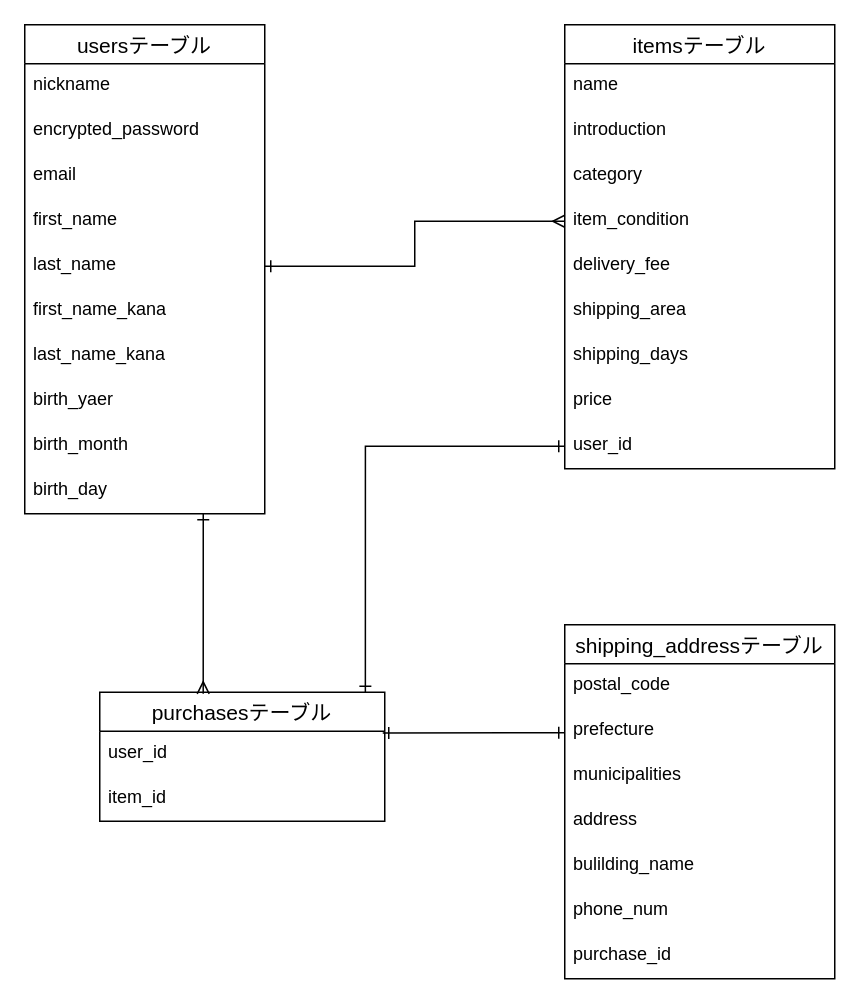
The draw.io diagram config/furima.dio in gobaru/furima-34488, before the edit. Source tidied: cells renumbered, new cells numbered last; positions are measured from the earlier drawing's top-left corner, leaving out a move shared by most shapes. Both pictures are drawn from the tidied source at 150%, with x=0, y=0 at pixel (24, 24).
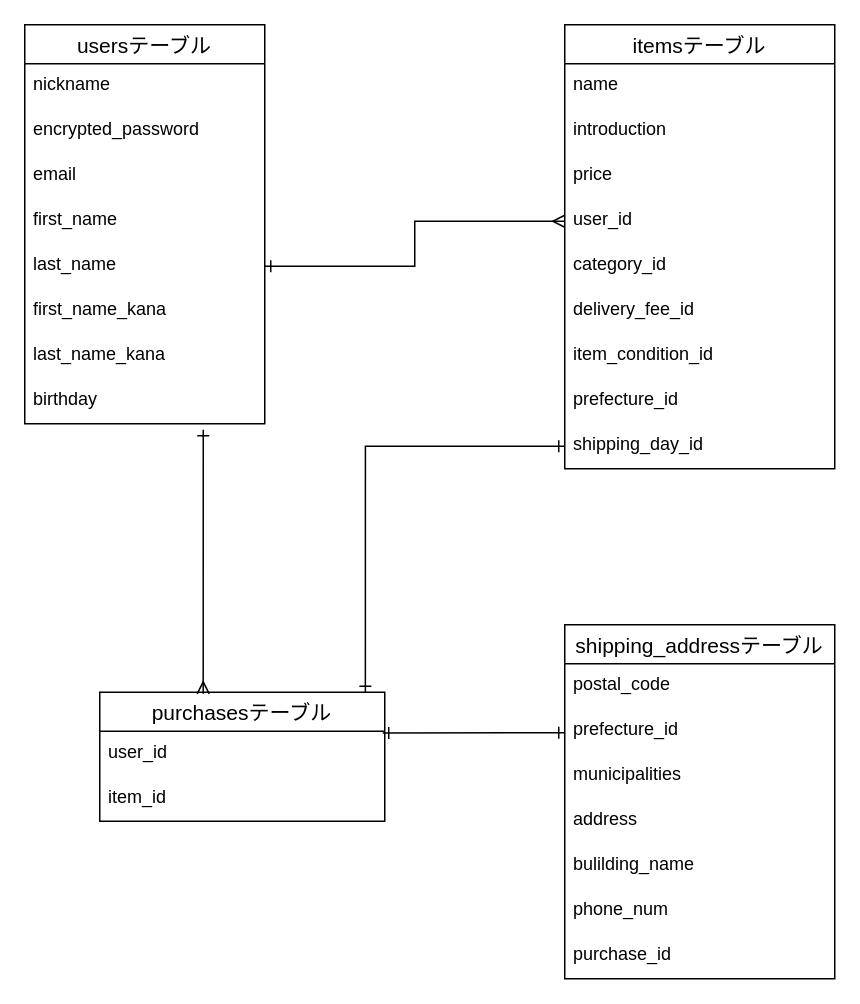
The same diagram, later.

Commit message (it also covers changes not shown here):
レビュー修正⑤

Unchanged cells that the change refers to:
```xml
<mxCell id="13" value="itemsテーブル" style="swimlane;fontStyle=0;horizontal=1;startSize=26;align=center;fontSize=14;" parent="1" vertex="1">
  <mxGeometry x="360" width="180" height="296" as="geometry" />
</mxCell>
<mxCell id="23" value="purchasesテーブル" style="swimlane;fontStyle=0;horizontal=1;startSize=26;align=center;fontSize=14;" parent="1" vertex="1">
  <mxGeometry x="50" y="445" width="190" height="86" as="geometry" />
</mxCell>
<mxCell id="27" value="shipping_addressテーブル" style="swimlane;fontStyle=0;horizontal=1;startSize=26;align=center;fontSize=14;" parent="1" vertex="1">
  <mxGeometry x="360" y="400" width="180" height="236" as="geometry" />
</mxCell>
```

What changed in the source:
```diff
@@
     <mxCell id="2" value="usersテーブル" style="swimlane;fontStyle=0;horizontal=1;startSize=26;align=center;fontSize=14;" parent="1" vertex="1">
-      <mxGeometry width="160" height="326" as="geometry" />
+      <mxGeometry width="160" height="266" as="geometry" />
     </mxCell>
@@
-    <mxCell id="10" value="birth_yaer" style="text;strokeColor=none;fillColor=none;spacingLeft=4;spacingRight=4;overflow=hidden;fontSize=12;" parent="2" vertex="1">
+    <mxCell id="10" value="birthday" style="text;strokeColor=none;fillColor=none;spacingLeft=4;spacingRight=4;overflow=hidden;fontSize=12;" parent="2" vertex="1">
       <mxGeometry y="236" width="160" height="30" as="geometry" />
     </mxCell>
-    <mxCell id="11" value="birth_month" style="text;strokeColor=none;fillColor=none;spacingLeft=4;spacingRight=4;overflow=hidden;fontSize=12;" parent="2" vertex="1">
-      <mxGeometry y="266" width="160" height="30" as="geometry" />
-    </mxCell>
-    <mxCell id="12" value="birth_day" style="text;strokeColor=none;fillColor=none;spacingLeft=4;spacingRight=4;overflow=hidden;points=[[0,0.5],[1,0.5]];portConstraint=eastwest;fontSize=12;" parent="2" vertex="1">
-      <mxGeometry y="296" width="160" height="30" as="geometry" />
-    </mxCell>
@@
-    <mxCell id="16" value="category" style="text;strokeColor=none;fillColor=none;spacingLeft=4;spacingRight=4;overflow=hidden;fontSize=12;" parent="13" vertex="1">
+    <mxCell id="16" value="price" style="text;strokeColor=none;fillColor=none;spacingLeft=4;spacingRight=4;overflow=hidden;fontSize=12;" parent="13" vertex="1">
       <mxGeometry y="86" width="180" height="30" as="geometry" />
     </mxCell>
-    <mxCell id="17" value="item_condition" style="text;strokeColor=none;fillColor=none;spacingLeft=4;spacingRight=4;overflow=hidden;points=[[0,0.5],[1,0.5]];portConstraint=eastwest;fontSize=12;" parent="13" vertex="1">
+    <mxCell id="17" value="user_id" style="text;strokeColor=none;fillColor=none;spacingLeft=4;spacingRight=4;overflow=hidden;points=[[0,0.5],[1,0.5]];portConstraint=eastwest;fontSize=12;" parent="13" vertex="1">
       <mxGeometry y="116" width="180" height="30" as="geometry" />
     </mxCell>
-    <mxCell id="18" value="delivery_fee" style="text;strokeColor=none;fillColor=none;spacingLeft=4;spacingRight=4;overflow=hidden;fontSize=12;" parent="13" vertex="1">
+    <mxCell id="18" value="category_id" style="text;strokeColor=none;fillColor=none;spacingLeft=4;spacingRight=4;overflow=hidden;fontSize=12;" parent="13" vertex="1">
       <mxGeometry y="146" width="180" height="30" as="geometry" />
     </mxCell>
-    <mxCell id="19" value="shipping_area" style="text;strokeColor=none;fillColor=none;spacingLeft=4;spacingRight=4;overflow=hidden;fontSize=12;" parent="13" vertex="1">
+    <mxCell id="19" value="delivery_fee_id" style="text;strokeColor=none;fillColor=none;spacingLeft=4;spacingRight=4;overflow=hidden;fontSize=12;" parent="13" vertex="1">
       <mxGeometry y="176" width="180" height="30" as="geometry" />
     </mxCell>
-    <mxCell id="20" value="shipping_days" style="text;strokeColor=none;fillColor=none;spacingLeft=4;spacingRight=4;overflow=hidden;fontSize=12;" parent="13" vertex="1">
+    <mxCell id="20" value="item_condition_id" style="text;strokeColor=none;fillColor=none;spacingLeft=4;spacingRight=4;overflow=hidden;fontSize=12;" parent="13" vertex="1">
       <mxGeometry y="206" width="180" height="30" as="geometry" />
     </mxCell>
-    <mxCell id="21" value="price" style="text;strokeColor=none;fillColor=none;spacingLeft=4;spacingRight=4;overflow=hidden;fontSize=12;" parent="13" vertex="1">
+    <mxCell id="21" value="prefecture_id" style="text;strokeColor=none;fillColor=none;spacingLeft=4;spacingRight=4;overflow=hidden;fontSize=12;" parent="13" vertex="1">
       <mxGeometry y="236" width="180" height="30" as="geometry" />
     </mxCell>
-    <mxCell id="22" value="user_id" style="text;strokeColor=none;fillColor=none;spacingLeft=4;spacingRight=4;overflow=hidden;points=[[0,0.5],[1,0.5]];portConstraint=eastwest;fontSize=12;" parent="13" vertex="1">
+    <mxCell id="22" value="shipping_day_id" style="text;strokeColor=none;fillColor=none;spacingLeft=4;spacingRight=4;overflow=hidden;points=[[0,0.5],[1,0.5]];portConstraint=eastwest;fontSize=12;" parent="13" vertex="1">
       <mxGeometry y="266" width="180" height="30" as="geometry" />
     </mxCell>
@@
-    <mxCell id="29" value="prefecture" style="text;strokeColor=none;fillColor=none;spacingLeft=4;spacingRight=4;overflow=hidden;points=[[0,0.5],[1,0.5]];portConstraint=eastwest;fontSize=12;" parent="27" vertex="1">
+    <mxCell id="29" value="prefecture_id" style="text;strokeColor=none;fillColor=none;spacingLeft=4;spacingRight=4;overflow=hidden;points=[[0,0.5],[1,0.5]];portConstraint=eastwest;fontSize=12;" parent="27" vertex="1">
       <mxGeometry y="56" width="180" height="30" as="geometry" />
     </mxCell>
@@
-    <mxCell id="35" style="edgeStyle=orthogonalEdgeStyle;rounded=0;jettySize=auto;html=1;startArrow=ERone;startFill=0;endArrow=ERmany;endFill=0;entryX=0.363;entryY=0.012;entryDx=0;entryDy=0;entryPerimeter=0;" parent="1" edge="1" source="12" target="23">
+    <mxCell id="35" style="edgeStyle=orthogonalEdgeStyle;rounded=0;jettySize=auto;html=1;startArrow=ERone;startFill=0;endArrow=ERmany;endFill=0;entryX=0.363;entryY=0.012;entryDx=0;entryDy=0;entryPerimeter=0;" parent="1" edge="1" target="23">
       <mxGeometry relative="1" as="geometry">
+        <mxPoint x="119" y="270" as="sourcePoint" />
         <Array as="points">
-          <mxPoint x="119" y="350" />
-          <mxPoint x="119" y="350" />
+          <mxPoint x="119" y="280" />
+          <mxPoint x="119" y="280" />
         </Array>
       </mxGeometry>
     </mxCell>
```
